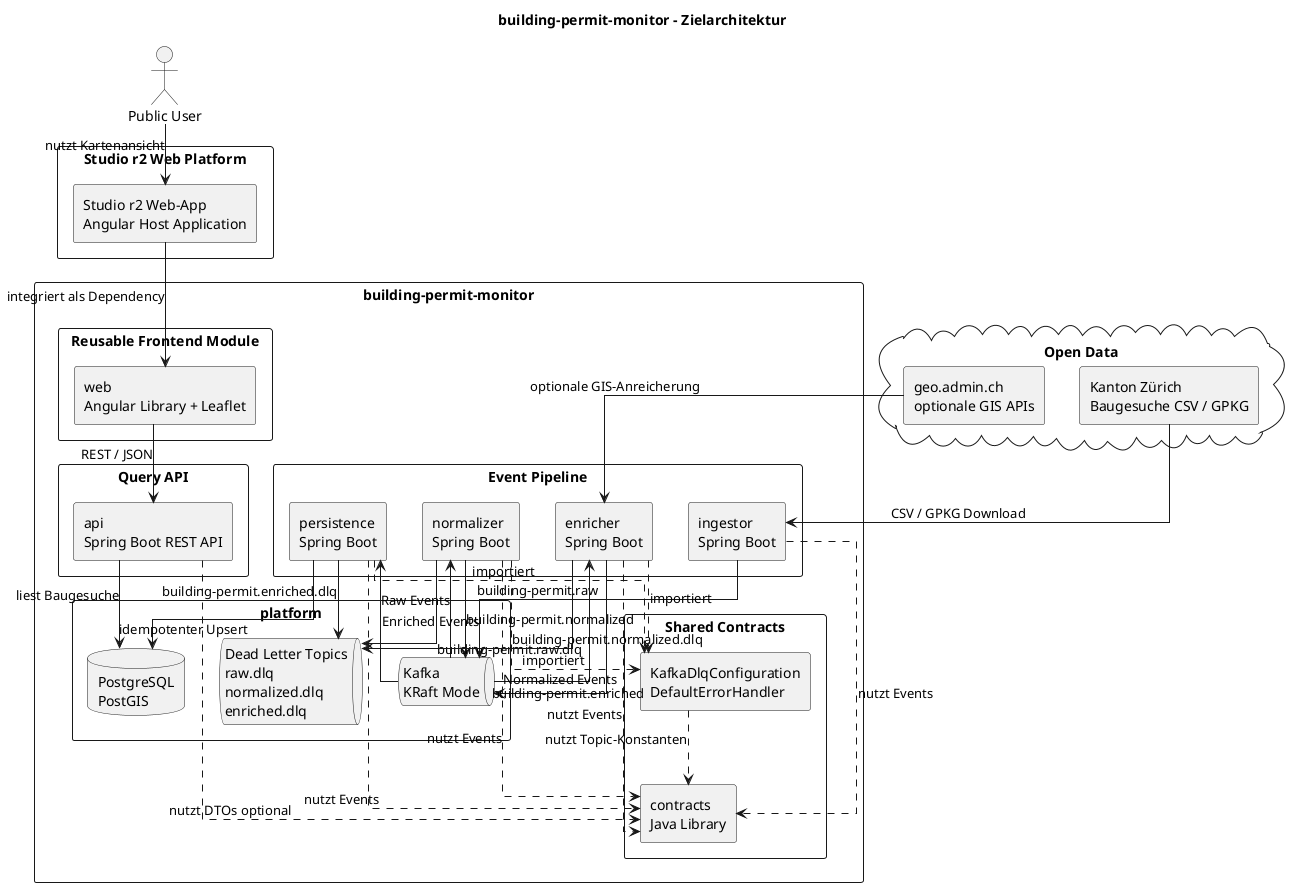
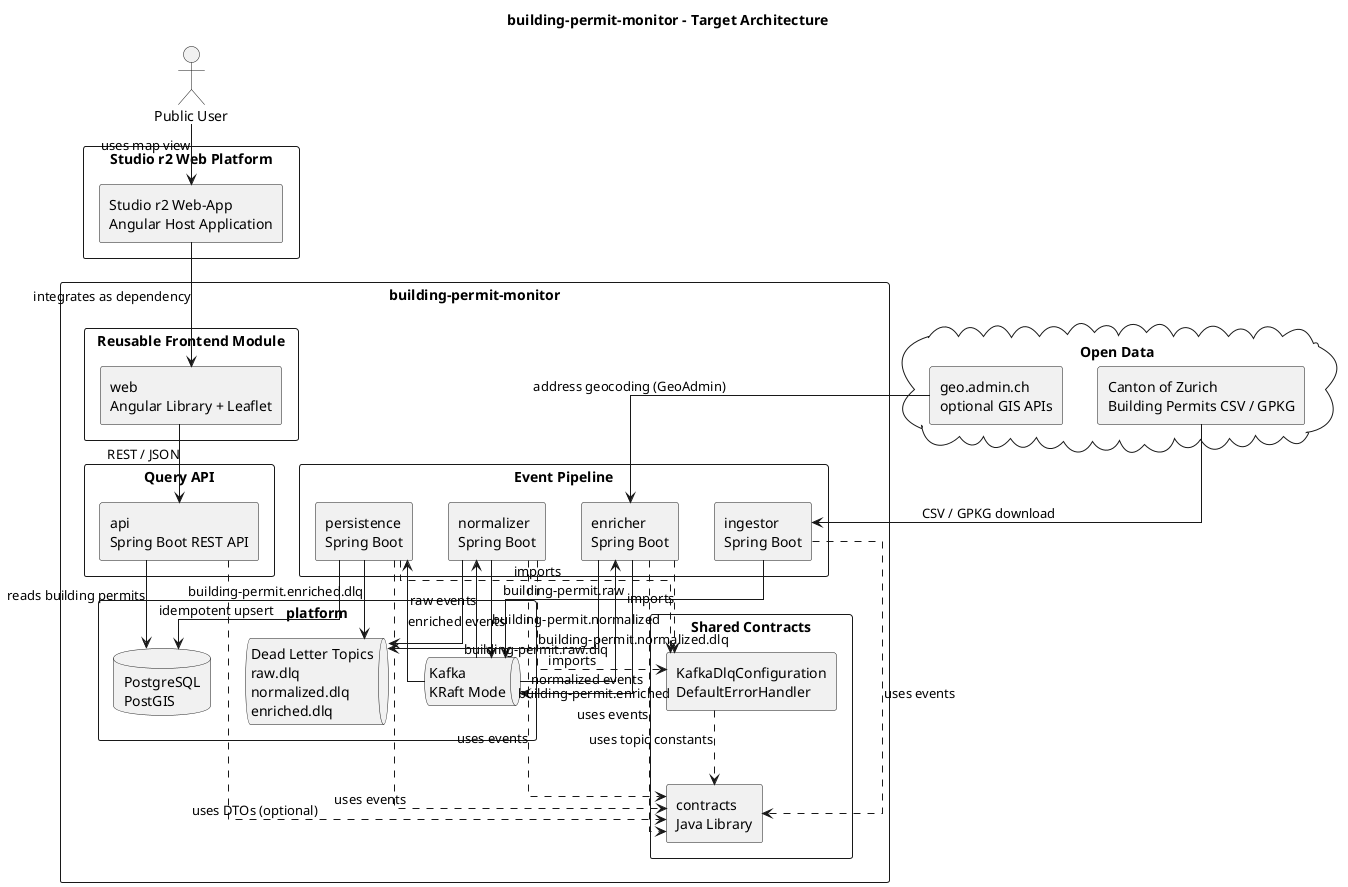
@startuml
- title building-permit-monitor - Zielarchitektur
+ title building-permit-monitor - Target Architecture

skinparam componentStyle rectangle
skinparam shadowing false
skinparam packageStyle rectangle
skinparam linetype ortho

actor "Public User" as user

cloud "Open Data" {
-   component "Kanton Zürich\nBaugesuche CSV / GPKG" as ktzh
-   component "geo.admin.ch\noptionale GIS APIs" as geoadmin
+   component "Canton of Zurich\nBuilding Permits CSV / GPKG" as ktzh
+   component "geo.admin.ch\noptional GIS APIs" as geoadmin
}

package "building-permit-monitor" {
  package "platform" {
    queue "Kafka\nKRaft Mode" as kafka
    queue "Dead Letter Topics\nraw.dlq\nnormalized.dlq\nenriched.dlq" as dlq
    database "PostgreSQL\nPostGIS" as postgis
  }

  package "Event Pipeline" {
    component "ingestor\nSpring Boot" as ingestor
    component "normalizer\nSpring Boot" as normalizer
    component "enricher\nSpring Boot" as enricher
    component "persistence\nSpring Boot" as persistence
  }

  package "Shared Contracts" {
    component "contracts\nJava Library" as contracts
    component "KafkaDlqConfiguration\nDefaultErrorHandler" as dlqConfig
  }

  package "Query API" {
    component "api\nSpring Boot REST API" as api
  }

  package "Reusable Frontend Module" {
    component "web\nAngular Library + Leaflet" as web
  }
}

package "Studio r2 Web Platform" {
  component "Studio r2 Web-App\nAngular Host Application" as host
}

- user --> host : nutzt Kartenansicht
- host --> web : integriert als Dependency
+ user --> host : uses map view
+ host --> web : integrates as dependency
web --> api : REST / JSON
- api --> postgis : liest Baugesuche
+ api --> postgis : reads building permits

- ktzh --> ingestor : CSV / GPKG Download
+ ktzh --> ingestor : CSV / GPKG download
ingestor --> kafka : building-permit.raw
- kafka --> normalizer : Raw Events
+ kafka --> normalizer : raw events
normalizer --> kafka : building-permit.normalized
normalizer --> dlq : building-permit.raw.dlq
- kafka --> enricher : Normalized Events
- geoadmin --> enricher : optionale GIS-Anreicherung
+ kafka --> enricher : normalized events
+ geoadmin --> enricher : address geocoding (GeoAdmin)
enricher --> kafka : building-permit.enriched
enricher --> dlq : building-permit.normalized.dlq
- kafka --> persistence : Enriched Events
- persistence --> postgis : idempotenter Upsert
+ kafka --> persistence : enriched events
+ persistence --> postgis : idempotent upsert
persistence --> dlq : building-permit.enriched.dlq

- ingestor ..> contracts : nutzt Events
- normalizer ..> contracts : nutzt Events
- enricher ..> contracts : nutzt Events
- persistence ..> contracts : nutzt Events
- api ..> contracts : nutzt DTOs optional
- normalizer ..> dlqConfig : importiert
- enricher ..> dlqConfig : importiert
- persistence ..> dlqConfig : importiert
- dlqConfig ..> contracts : nutzt Topic-Konstanten
+ ingestor ..> contracts : uses events
+ normalizer ..> contracts : uses events
+ enricher ..> contracts : uses events
+ persistence ..> contracts : uses events
+ api ..> contracts : uses DTOs (optional)
+ normalizer ..> dlqConfig : imports
+ enricher ..> dlqConfig : imports
+ persistence ..> dlqConfig : imports
+ dlqConfig ..> contracts : uses topic constants

@enduml
